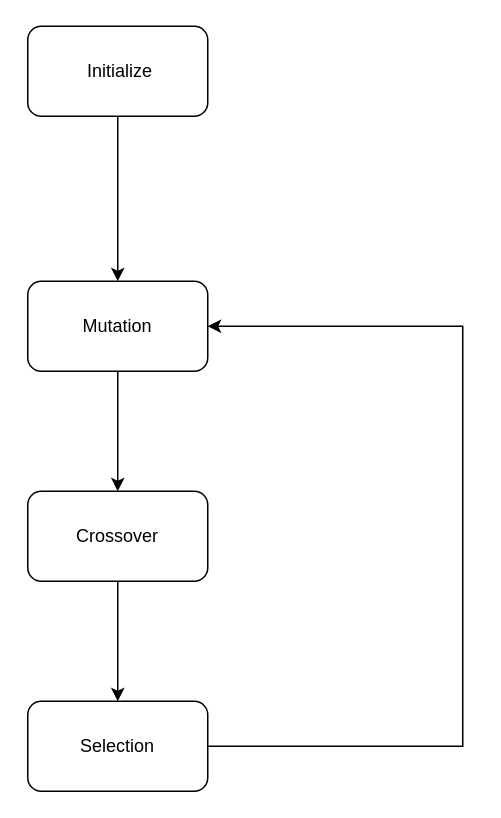
Before: GA-overview.drawio in obasekore/drawings, a draw.io diagram. Source tidied: cells renumbered, new cells numbered last; positions are measured from the earlier drawing's top-left corner, leaving out a move shared by most shapes. Both pictures are drawn from the tidied source at 150%, with x=0, y=0 at pixel (27, 26).
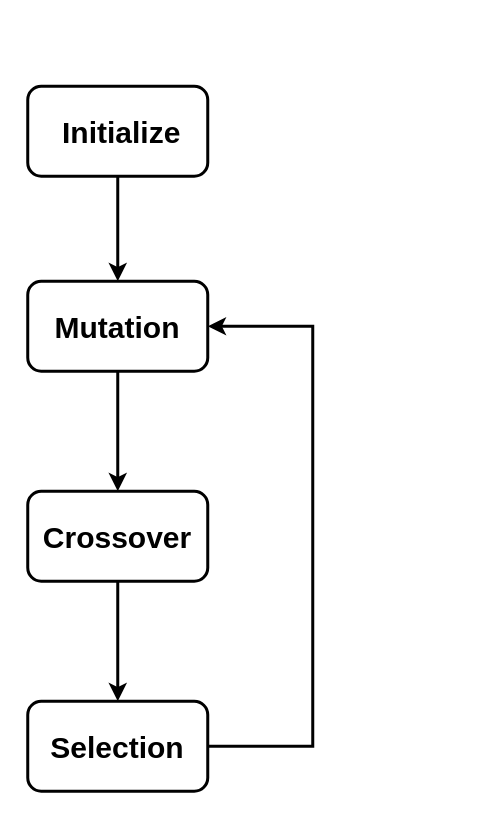
The same diagram, later.

What changed in the source:
```diff
@@
 <mxGraphModel>
   <root>
     <mxCell id="0" />
     <mxCell id="1" parent="0" />
-    <mxCell id="2" style="edgeStyle=orthogonalEdgeStyle;rounded=0;jettySize=auto;html=1;entryX=0.5;entryY=0;entryDx=0;entryDy=0;" parent="1" edge="1" source="3" target="5">
+    <mxCell id="2" style="edgeStyle=orthogonalEdgeStyle;rounded=0;jettySize=auto;html=1;entryX=0.5;entryY=0;entryDx=0;entryDy=0;strokeWidth=2;fontSize=20;fontStyle=1;" parent="1" edge="1" source="3" target="5">
       <mxGeometry relative="1" as="geometry" />
     </mxCell>
-    <mxCell id="3" value="&amp;nbsp;Initialize" style="rounded=1;whiteSpace=wrap;html=1;" parent="1" vertex="1">
-      <mxGeometry width="120" height="60" as="geometry" />
+    <mxCell id="3" value="&amp;nbsp;Initialize" style="rounded=1;whiteSpace=wrap;html=1;strokeWidth=2;fontSize=20;fontStyle=1;" parent="1" vertex="1">
+      <mxGeometry y="40" width="120" height="60" as="geometry" />
     </mxCell>
-    <mxCell id="4" style="edgeStyle=orthogonalEdgeStyle;rounded=0;jettySize=auto;html=1;" parent="1" edge="1" source="5" target="7">
+    <mxCell id="4" style="edgeStyle=orthogonalEdgeStyle;rounded=0;jettySize=auto;html=1;strokeWidth=2;fontSize=20;fontStyle=1;" parent="1" edge="1" source="5" target="7">
       <mxGeometry relative="1" as="geometry" />
     </mxCell>
-    <mxCell id="5" value="Mutation" style="rounded=1;whiteSpace=wrap;html=1;" parent="1" vertex="1">
+    <mxCell id="5" value="Mutation" style="rounded=1;whiteSpace=wrap;html=1;strokeWidth=2;fontSize=20;fontStyle=1;" parent="1" vertex="1">
       <mxGeometry y="170" width="120" height="60" as="geometry" />
     </mxCell>
-    <mxCell id="6" style="edgeStyle=orthogonalEdgeStyle;rounded=0;jettySize=auto;html=1;" parent="1" edge="1" source="7" target="9">
+    <mxCell id="6" style="edgeStyle=orthogonalEdgeStyle;rounded=0;jettySize=auto;html=1;strokeWidth=2;fontSize=20;fontStyle=1;" parent="1" edge="1" source="7" target="9">
       <mxGeometry relative="1" as="geometry" />
     </mxCell>
-    <mxCell id="7" value="Crossover" style="whiteSpace=wrap;html=1;rounded=1;" parent="1" vertex="1">
+    <mxCell id="7" value="Crossover" style="whiteSpace=wrap;html=1;rounded=1;strokeWidth=2;fontSize=20;fontStyle=1;" parent="1" vertex="1">
       <mxGeometry y="310" width="120" height="60" as="geometry" />
     </mxCell>
-    <mxCell id="8" style="edgeStyle=orthogonalEdgeStyle;rounded=0;jettySize=auto;html=1;exitX=1;exitY=0.5;exitDx=0;exitDy=0;entryX=1;entryY=0.5;entryDx=0;entryDy=0;" parent="1" edge="1" source="9" target="5">
+    <mxCell id="8" style="edgeStyle=orthogonalEdgeStyle;rounded=0;jettySize=auto;html=1;exitX=1;exitY=0.5;exitDx=0;exitDy=0;entryX=1;entryY=0.5;entryDx=0;entryDy=0;strokeWidth=2;fontSize=20;fontStyle=1;" parent="1" edge="1" source="9" target="5">
       <mxGeometry relative="1" as="geometry">
         <Array as="points">
-          <mxPoint x="290" y="480" />
-          <mxPoint x="290" y="200" />
+          <mxPoint x="190" y="480" />
+          <mxPoint x="190" y="200" />
         </Array>
       </mxGeometry>
     </mxCell>
-    <mxCell id="9" value="Selection" style="whiteSpace=wrap;html=1;rounded=1;" parent="1" vertex="1">
+    <mxCell id="9" value="Selection" style="whiteSpace=wrap;html=1;rounded=1;strokeWidth=2;fontSize=20;fontStyle=1;" parent="1" vertex="1">
       <mxGeometry y="450" width="120" height="60" as="geometry" />
     </mxCell>
   </root>
 </mxGraphModel>
```
